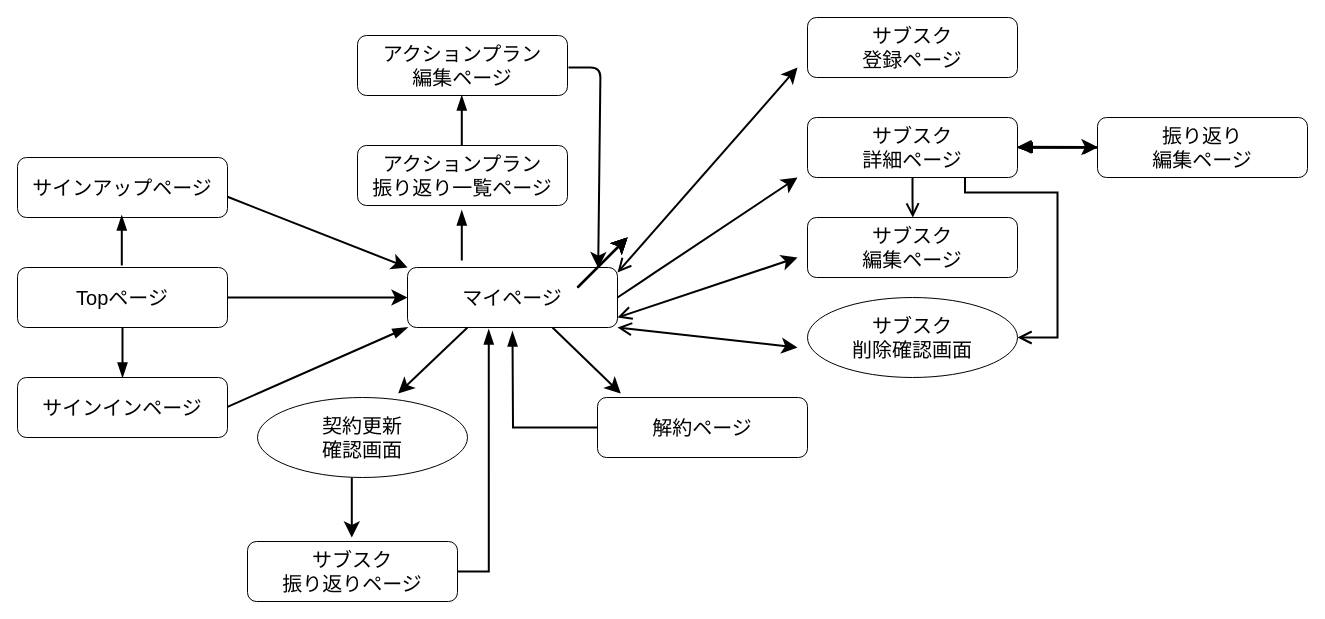
This is screen_transition_dia.dio from 28niwa2108/look-back, a draw.io file, before an edit. Source tidied: cells renumbered, new cells numbered last; positions are measured from the earlier drawing's top-left corner, leaving out a move shared by most shapes. Both pictures are drawn from the tidied source at 100%, with x=0, y=0 at pixel (17, 17).
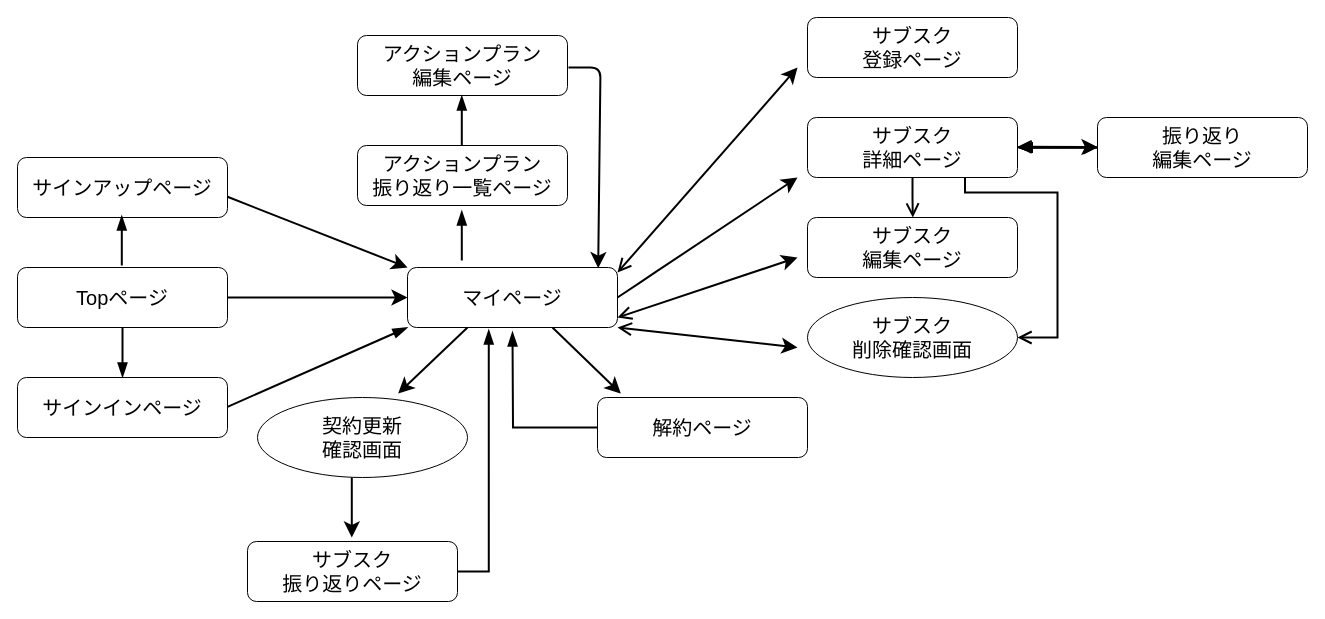
After the change.

Diff of the diagram source:
```diff
@@
-    <mxCell id="39" style="endArrow=classic;html=1;startSize=10;endSize=10;strokeWidth=2;" parent="1" edge="1">
-      <mxGeometry relative="1" as="geometry">
-        <mxPoint x="560" y="270" as="sourcePoint" />
-        <mxPoint x="610" y="220" as="targetPoint" />
-      </mxGeometry>
-    </mxCell>
-    <mxCell id="40" style="endArrow=classic;html=1;startSize=10;endSize=10;strokeWidth=2;" parent="1" edge="1">
-      <mxGeometry relative="1" as="geometry">
-        <mxPoint x="560" y="270" as="sourcePoint" />
-        <mxPoint x="610" y="220" as="targetPoint" />
-      </mxGeometry>
-    </mxCell>
-    <mxCell id="41" style="endArrow=classic;html=1;startSize=10;endSize=10;strokeWidth=2;" parent="1" edge="1">
-      <mxGeometry relative="1" as="geometry">
-        <mxPoint x="560" y="270" as="sourcePoint" />
-        <mxPoint x="610" y="220" as="targetPoint" />
-      </mxGeometry>
-    </mxCell>
-    <mxCell id="42" style="endArrow=classic;html=1;startSize=10;endSize=10;strokeWidth=2;" parent="1" edge="1">
-      <mxGeometry relative="1" as="geometry">
-        <mxPoint x="560" y="270" as="sourcePoint" />
-        <mxPoint x="610" y="220" as="targetPoint" />
-      </mxGeometry>
-    </mxCell>
-    <mxCell id="43" style="endArrow=classic;html=1;startSize=10;endSize=10;strokeWidth=2;" parent="1" edge="1">
-      <mxGeometry relative="1" as="geometry">
-        <mxPoint x="560" y="270" as="sourcePoint" />
-        <mxPoint x="610" y="220" as="targetPoint" />
-      </mxGeometry>
-    </mxCell>
```
